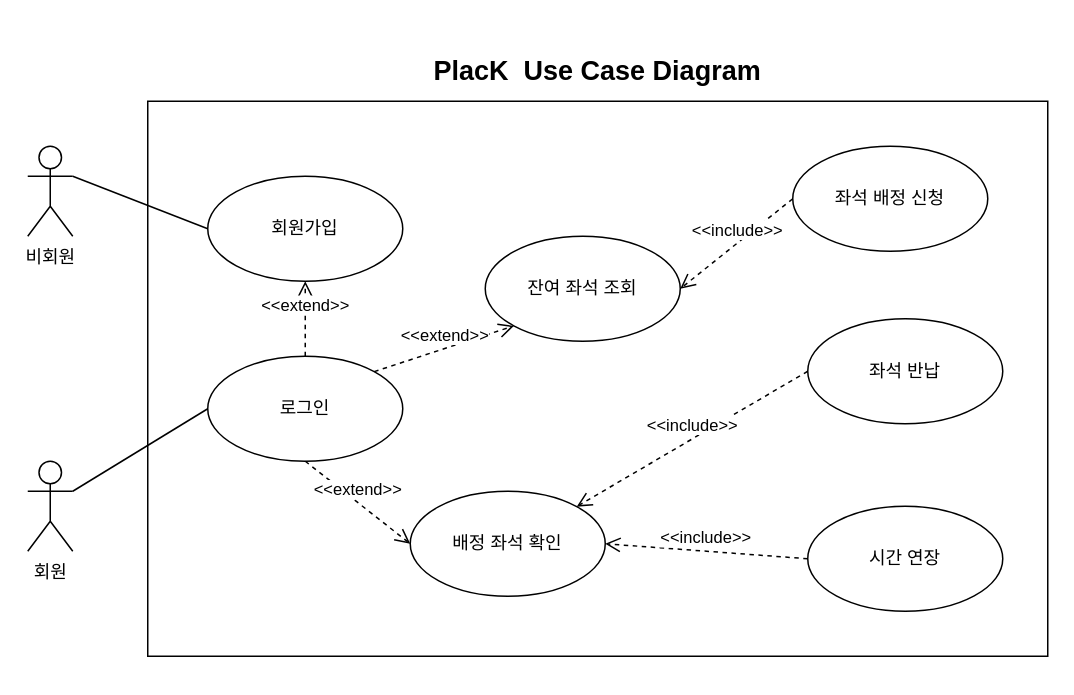
Above: placeKuml.drawio in cherror/placeK (draw.io), before the change. Source tidied: cells renumbered, new cells numbered last; positions are measured from the earlier drawing's top-left corner, leaving out a move shared by most shapes. Both pictures are drawn from the tidied source at 150%, with x=0, y=0 at pixel (27, 26).
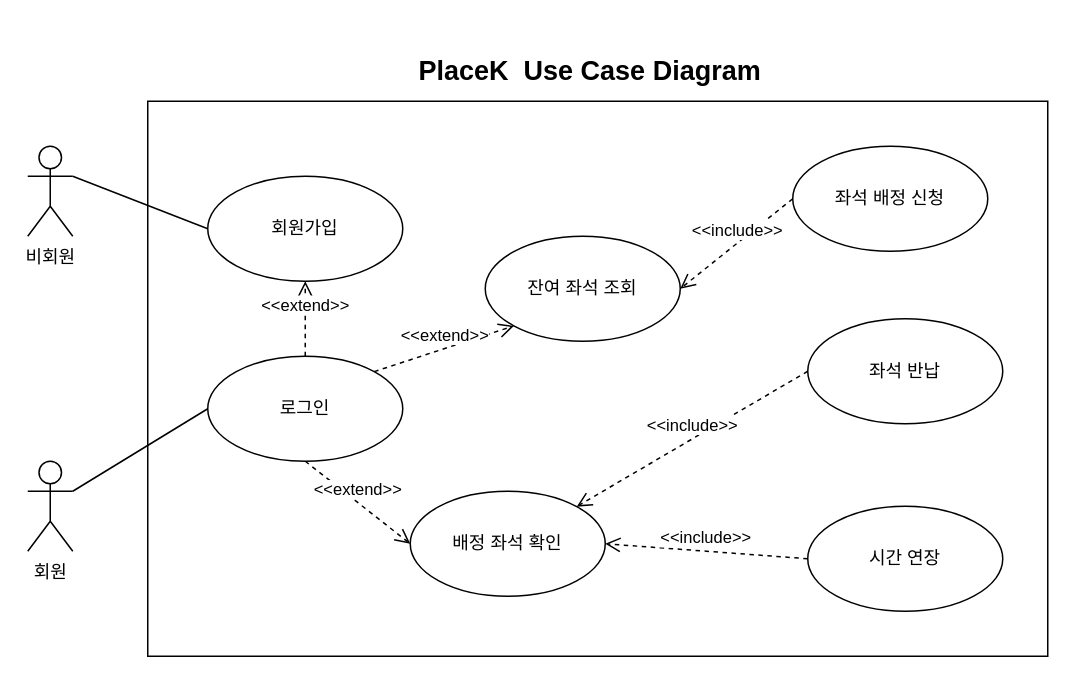
The same page after the edit.

Commit message:
fix diagram name

Change to the diagram source:
```diff
@@
-    <mxCell id="5" value="&lt;b&gt;&lt;font style=&quot;font-size: 18px;&quot;&gt;PlacK&amp;nbsp; Use Case Diagram&lt;/font&gt;&lt;/b&gt;" style="text;strokeColor=none;fillColor=none;align=left;verticalAlign=middle;spacingLeft=4;spacingRight=4;overflow=hidden;whiteSpace=wrap;html=1;" parent="1" vertex="1">
-      <mxGeometry x="265" width="230" height="60" as="geometry" />
+    <mxCell id="5" value="&lt;b&gt;&lt;font style=&quot;font-size: 18px;&quot;&gt;PlaceK&amp;nbsp; Use Case Diagram&lt;/font&gt;&lt;/b&gt;" style="text;strokeColor=none;fillColor=none;align=left;verticalAlign=middle;spacingLeft=4;spacingRight=4;overflow=hidden;whiteSpace=wrap;html=1;" parent="1" vertex="1">
+      <mxGeometry x="255" width="245" height="60" as="geometry" />
     </mxCell>
```
